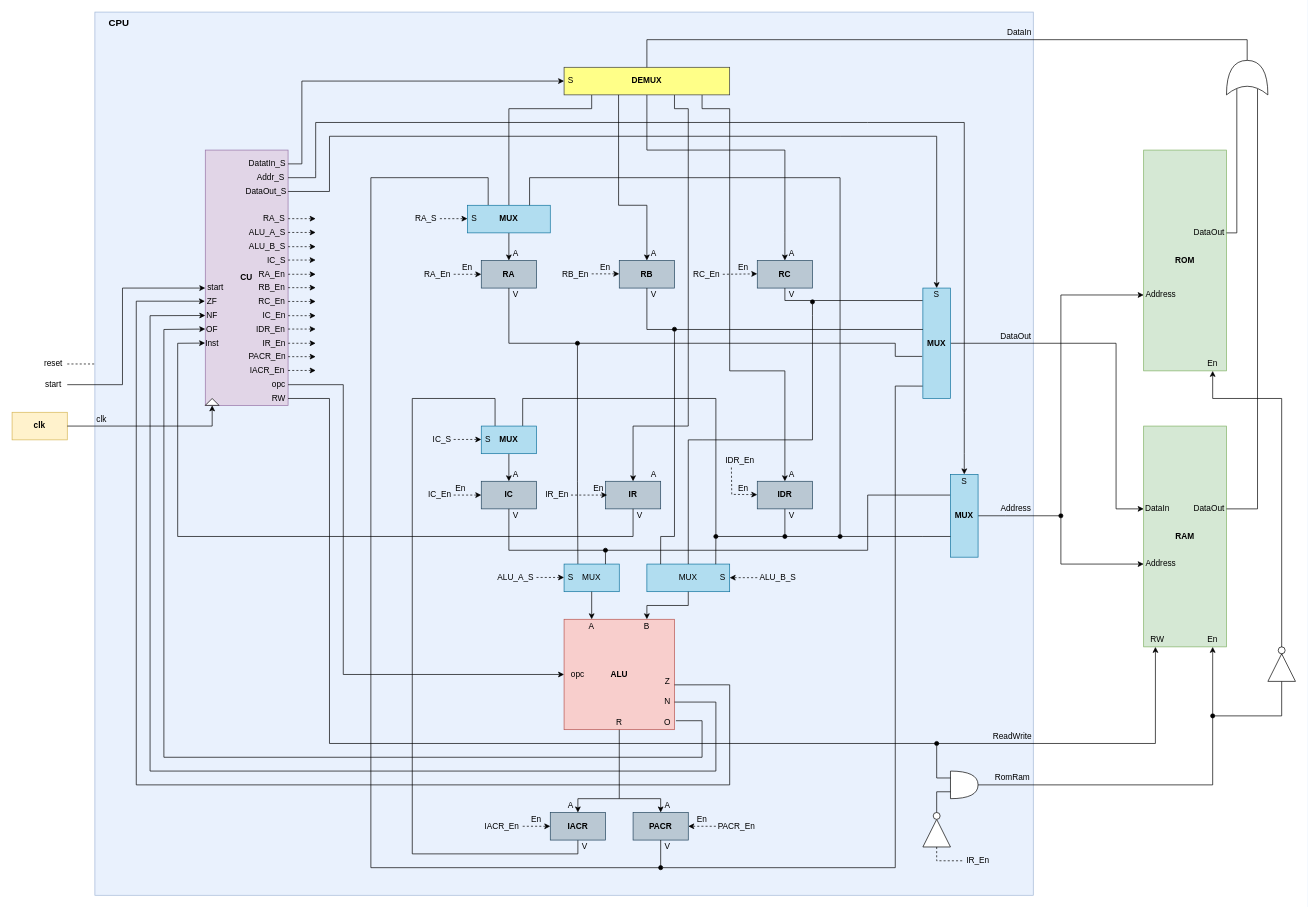
Above: other/cpu.drawio in dma-neves/dcpu (draw.io), before the change. Source tidied: cells renumbered, new cells numbered last; positions are measured from the earlier drawing's top-left corner, leaving out a move shared by most shapes. Both pictures are drawn from the tidied source at 69%, with x=0, y=0 at pixel (12, 12).
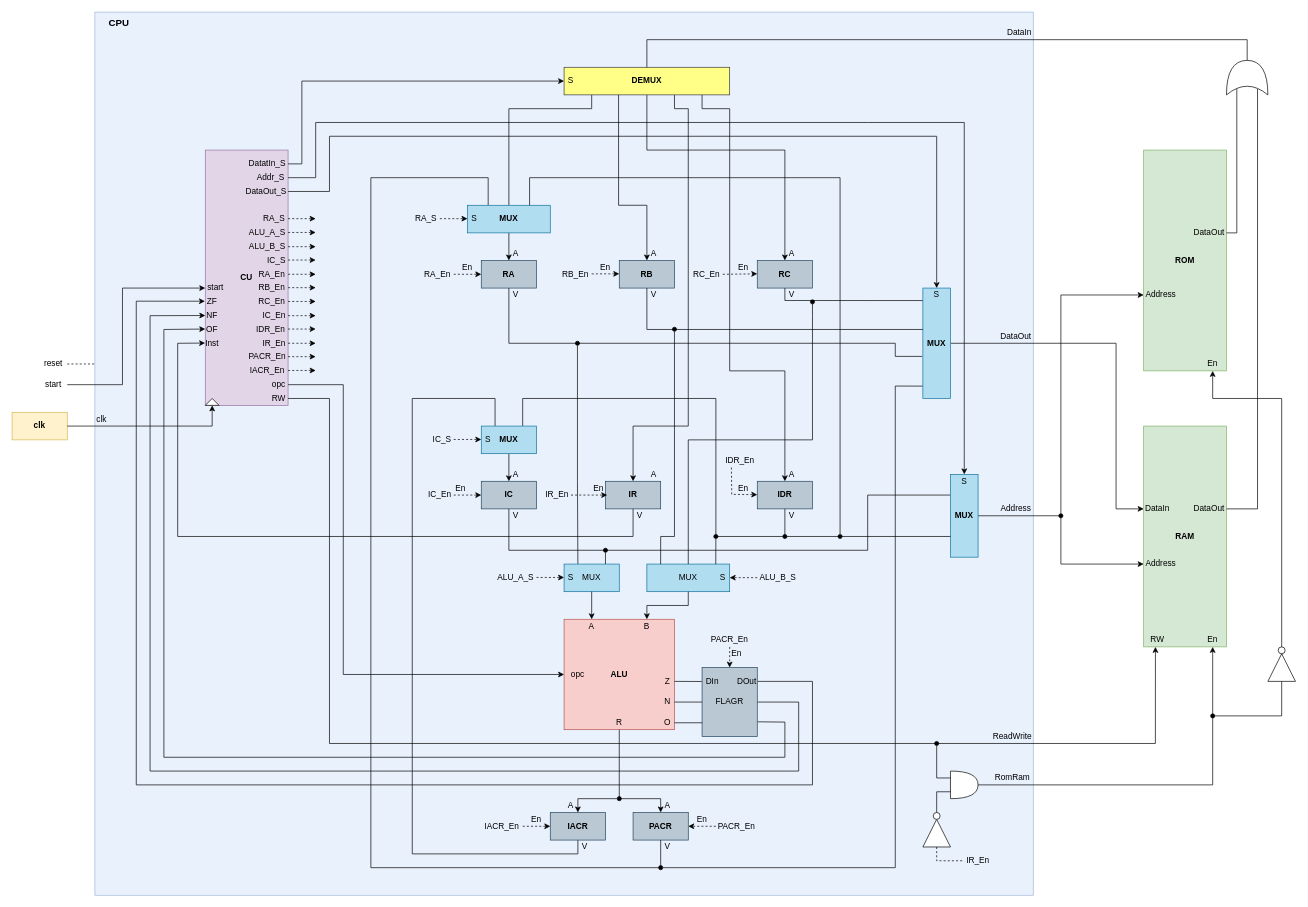
After the change.

Unchanged cells that the change refers to:
```xml
<mxCell id="4" style="rounded=0;whiteSpace=wrap;html=1;fillColor=#e1d5e7;strokeColor=#9673a6;" parent="1" vertex="1">
  <mxGeometry x="280" y="200" width="120" height="370" as="geometry" />
</mxCell>
<mxCell id="11" style="rounded=0;whiteSpace=wrap;html=1;fillColor=#f8cecc;strokeColor=#b85450;" parent="1" vertex="1">
  <mxGeometry x="800" y="880" width="160" height="160" as="geometry" />
</mxCell>
<mxCell id="207" value="A" style="text;html=1;strokeColor=none;fillColor=none;align=center;verticalAlign=middle;whiteSpace=wrap;rounded=0;" parent="1" vertex="1">
  <mxGeometry x="790" y="1140" width="40" height="20" as="geometry" />
</mxCell>
```

Diff of the diagram source:
```diff
@@
-    <mxCell id="59" style="endArrow=classic;html=1;exitX=1;exitY=0.594;exitDx=0;exitDy=0;exitPerimeter=0;rounded=0;entryX=-0.004;entryY=0.592;entryDx=0;entryDy=0;entryPerimeter=0;" parent="1" edge="1" source="11" target="4">
+    <mxCell id="59" style="endArrow=classic;html=1;rounded=0;entryX=-0.004;entryY=0.592;entryDx=0;entryDy=0;entryPerimeter=0;exitX=1.002;exitY=0.2;exitDx=0;exitDy=0;exitPerimeter=0;" parent="1" edge="1" source="214" target="4">
       <mxGeometry relative="1" as="geometry">
         <Array as="points">
-          <mxPoint x="1040" y="975" />
-          <mxPoint x="1040" y="1120" />
+          <mxPoint x="1160" y="970" />
+          <mxPoint x="1160" y="1120" />
           <mxPoint x="180" y="1120" />
           <mxPoint x="180" y="419" />
         </Array>
       </mxGeometry>
     </mxCell>
-    <mxCell id="60" style="endArrow=classic;html=1;exitX=1;exitY=0.75;exitDx=0;exitDy=0;rounded=0;entryX=0;entryY=0.648;entryDx=0;entryDy=0;entryPerimeter=0;" parent="1" edge="1" source="11" target="4">
+    <mxCell id="60" style="endArrow=classic;html=1;rounded=0;entryX=0;entryY=0.648;entryDx=0;entryDy=0;entryPerimeter=0;exitX=1;exitY=0.5;exitDx=0;exitDy=0;" parent="1" edge="1" source="214" target="4">
       <mxGeometry relative="1" as="geometry">
         <Array as="points">
-          <mxPoint x="1020" y="1000" />
-          <mxPoint x="1020" y="1100" />
+          <mxPoint x="1140" y="1000" />
+          <mxPoint x="1140" y="1100" />
           <mxPoint x="200" y="1100" />
           <mxPoint x="200" y="440" />
         </Array>
       </mxGeometry>
     </mxCell>
-    <mxCell id="61" style="endArrow=classic;html=1;exitX=1.013;exitY=0.919;exitDx=0;exitDy=0;exitPerimeter=0;rounded=0;entryX=0;entryY=0.701;entryDx=0;entryDy=0;entryPerimeter=0;" parent="1" edge="1" source="11" target="4">
+    <mxCell id="61" style="endArrow=classic;html=1;rounded=0;entryX=0;entryY=0.701;entryDx=0;entryDy=0;entryPerimeter=0;exitX=1.005;exitY=0.786;exitDx=0;exitDy=0;exitPerimeter=0;" parent="1" edge="1" source="214" target="4">
       <mxGeometry relative="1" as="geometry">
         <Array as="points">
-          <mxPoint x="1000" y="1027" />
-          <mxPoint x="1000" y="1080" />
+          <mxPoint x="1120" y="1029" />
+          <mxPoint x="1120" y="1080" />
           <mxPoint x="220" y="1080" />
           <mxPoint x="220" y="460" />
         </Array>
       </mxGeometry>
     </mxCell>
     <mxCell id="62" value="Z" style="text;html=1;strokeColor=none;fillColor=none;align=center;verticalAlign=middle;whiteSpace=wrap;rounded=0;" parent="1" vertex="1">
-      <mxGeometry x="930" y="960" width="40" height="20" as="geometry" />
+      <mxGeometry x="940" y="960" width="20" height="20" as="geometry" />
     </mxCell>
     <mxCell id="63" value="N" style="text;html=1;strokeColor=none;fillColor=none;align=center;verticalAlign=middle;whiteSpace=wrap;rounded=0;" parent="1" vertex="1">
-      <mxGeometry x="930" y="990" width="40" height="20" as="geometry" />
+      <mxGeometry x="940" y="990" width="20" height="20" as="geometry" />
     </mxCell>
     <mxCell id="64" value="O" style="text;html=1;strokeColor=none;fillColor=none;align=center;verticalAlign=middle;whiteSpace=wrap;rounded=0;" parent="1" vertex="1">
-      <mxGeometry x="930" y="1020" width="40" height="20" as="geometry" />
+      <mxGeometry x="940" y="1020" width="20" height="20" as="geometry" />
     </mxCell>
@@
-    <mxCell id="211" style="endArrow=classic;html=1;entryX=0.75;entryY=1;entryDx=0;entryDy=0;rounded=0;" parent="1" edge="1" target="207">
+    <mxCell id="211" style="endArrow=classic;html=1;entryX=0.75;entryY=1;entryDx=0;entryDy=0;rounded=0;startArrow=oval;startFill=1;" parent="1" edge="1" target="207">
       <mxGeometry relative="1" as="geometry">
         <mxPoint x="880" y="1140" as="sourcePoint" />
         <Array as="points">
           <mxPoint x="820" y="1140" />
         </Array>
       </mxGeometry>
     </mxCell>
@@
+    <mxCell id="214" style="rounded=0;whiteSpace=wrap;html=1;fillColor=#bac8d3;strokeColor=#23445d;" parent="1" vertex="1">
+      <mxGeometry x="1000" y="950" width="80" height="100" as="geometry" />
+    </mxCell>
+    <mxCell id="215" style="endArrow=none;html=1;entryX=0.002;entryY=0.8;entryDx=0;entryDy=0;entryPerimeter=0;" parent="1" edge="1" source="64" target="214">
+      <mxGeometry relative="1" as="geometry" />
+    </mxCell>
+    <mxCell id="216" style="endArrow=none;html=1;exitX=1;exitY=0.5;exitDx=0;exitDy=0;entryX=0;entryY=0.5;entryDx=0;entryDy=0;" parent="1" edge="1" source="63" target="214">
+      <mxGeometry relative="1" as="geometry" />
+    </mxCell>
+    <mxCell id="217" style="endArrow=none;html=1;exitX=1;exitY=0.5;exitDx=0;exitDy=0;entryX=-0.004;entryY=0.202;entryDx=0;entryDy=0;entryPerimeter=0;" parent="1" edge="1" source="62" target="214">
+      <mxGeometry relative="1" as="geometry" />
+    </mxCell>
+    <mxCell id="218" value="FLAGR" style="text;html=1;strokeColor=none;fillColor=none;align=center;verticalAlign=middle;whiteSpace=wrap;rounded=0;" parent="1" vertex="1">
+      <mxGeometry x="1020" y="990" width="40" height="20" as="geometry" />
+    </mxCell>
+    <mxCell id="219" value="En" style="text;html=1;strokeColor=none;fillColor=none;align=center;verticalAlign=middle;whiteSpace=wrap;rounded=0;" parent="1" vertex="1">
+      <mxGeometry x="1030" y="920" width="40" height="20" as="geometry" />
+    </mxCell>
+    <mxCell id="220" value="PACR_En" style="text;html=1;strokeColor=none;fillColor=none;align=center;verticalAlign=middle;whiteSpace=wrap;rounded=0;" parent="1" vertex="1">
+      <mxGeometry x="1010" y="900" width="60" height="20" as="geometry" />
+    </mxCell>
+    <mxCell id="221" style="endArrow=classic;dashed=1;html=1;strokeColor=#000000;endFill=1;entryX=0.5;entryY=0;entryDx=0;entryDy=0;" parent="1" edge="1" target="214">
+      <mxGeometry relative="1" as="geometry">
+        <mxPoint x="1040" y="920" as="sourcePoint" />
+      </mxGeometry>
+    </mxCell>
+    <mxCell id="222" value="DIn" style="text;html=1;strokeColor=none;fillColor=none;align=center;verticalAlign=middle;whiteSpace=wrap;rounded=0;" parent="1" vertex="1">
+      <mxGeometry x="1000" y="960" width="30" height="20" as="geometry" />
+    </mxCell>
+    <mxCell id="223" value="DOut" style="text;html=1;strokeColor=none;fillColor=none;align=center;verticalAlign=middle;whiteSpace=wrap;rounded=0;" parent="1" vertex="1">
+      <mxGeometry x="1050" y="960" width="30" height="20" as="geometry" />
+    </mxCell>
```
